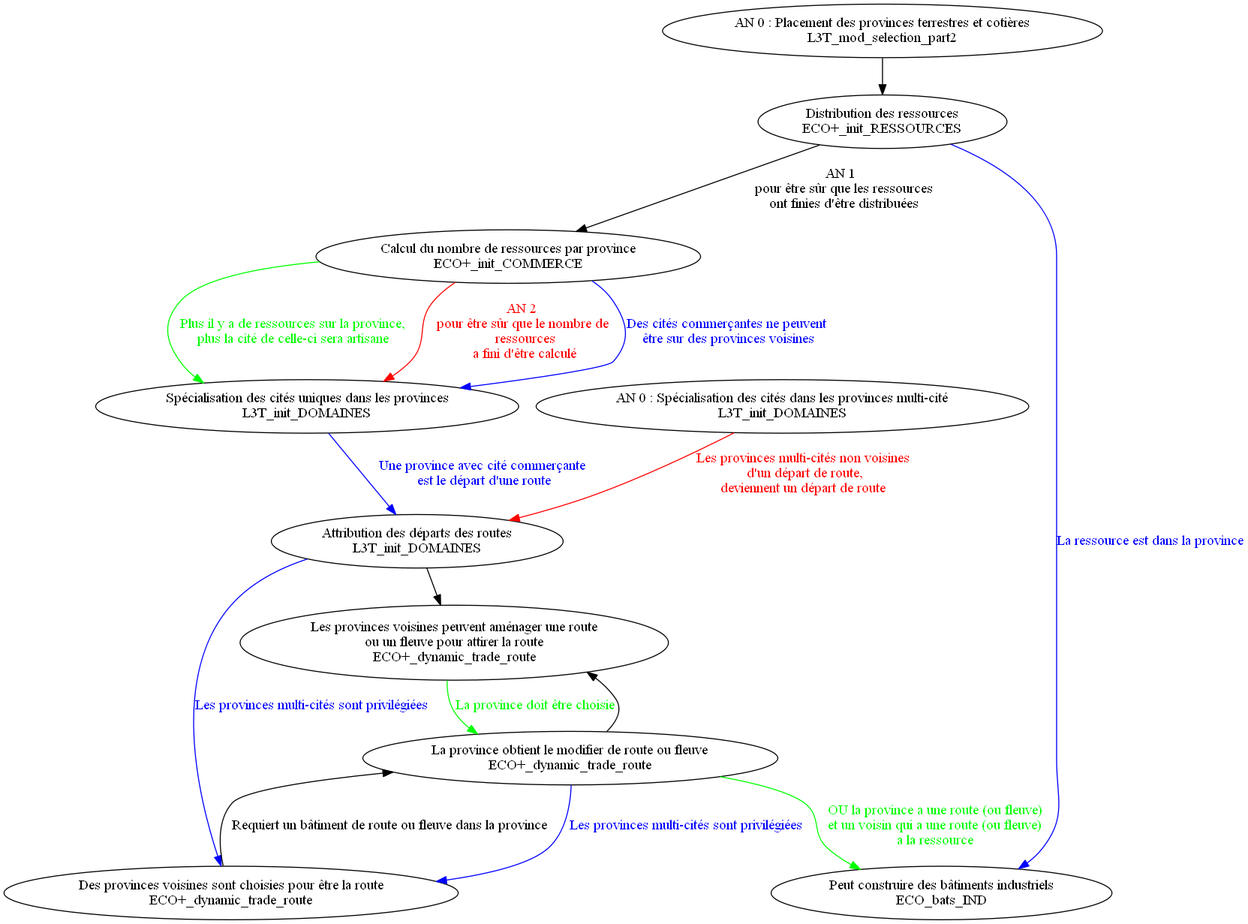
Earlier version of the Graphviz export ECO.png (ArkoG/L3T). Its source is kept beside it as ECO.gv.
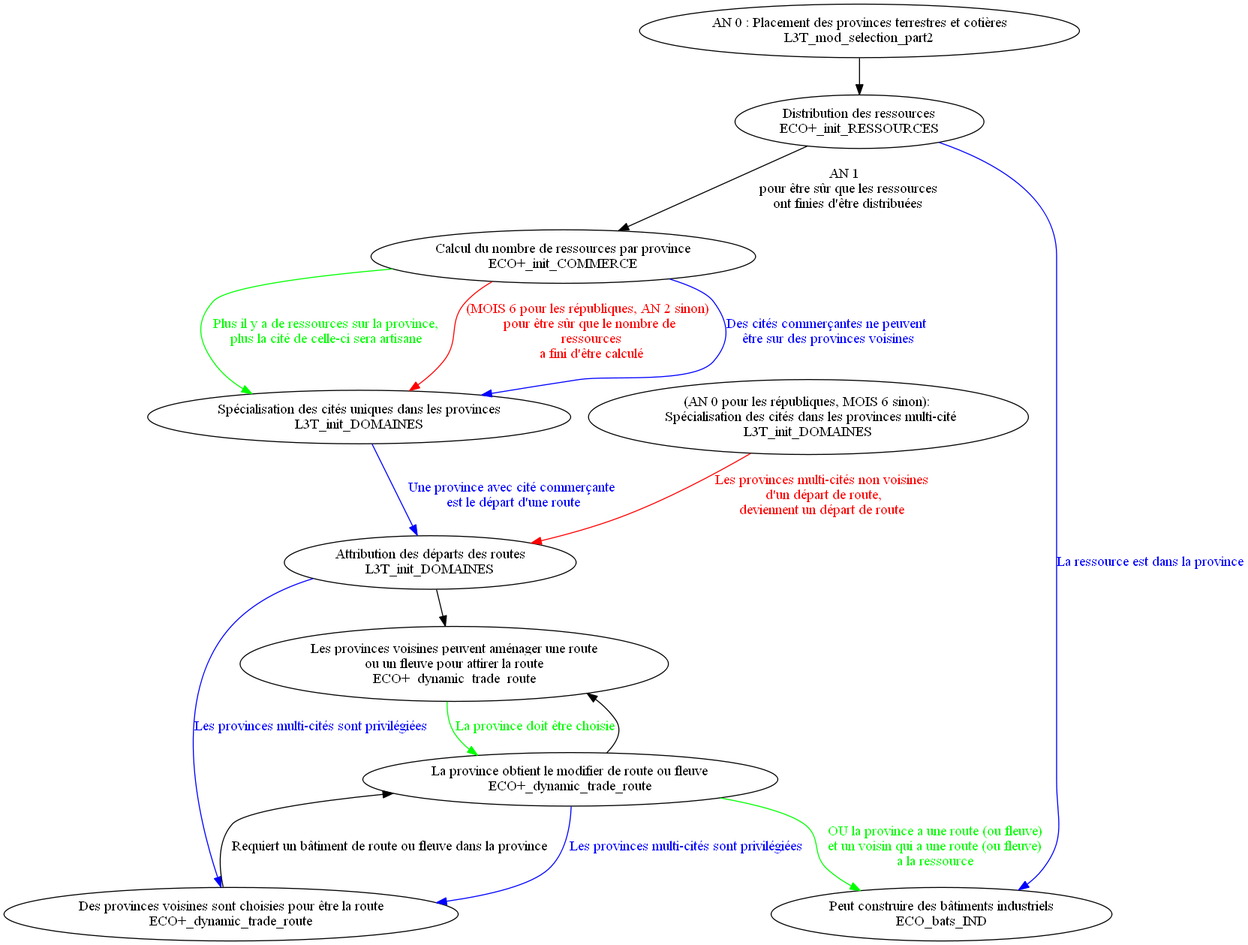
After the change.

Commit message:
Prioritise les républiques marchandes

Diff of the diagram source:
```diff
@@ -2,7 +2,7 @@
 	node [shape=ellipse];
 		{node [label="AN 0 : Placement des provinces terrestres et cotières\nL3T_mod_selection_part2"] n0;};
 		{node [label="Distribution des ressources\nECO+_init_RESSOURCES"] n1;};
-		{node [label="AN 0 : Spécialisation des cités dans les provinces multi-cité\nL3T_init_DOMAINES"] n2;};
+		{node [label="(AN 0 pour les républiques, MOIS 6 sinon): \n Spécialisation des cités dans les provinces multi-cité\nL3T_init_DOMAINES"] n2;};
 		{node [label="Calcul du nombre de ressources par province\nECO+_init_COMMERCE"] n3;};
 		{node [label="Spécialisation des cités uniques dans les provinces\nL3T_init_DOMAINES"] n4;};
 		{node [label="Attribution des départs des routes\nL3T_init_DOMAINES"] n5;};
@@ -13,7 +13,7 @@
 
 	n0 -> n1
 	n1 -> n3  [label="AN 1 \n pour être sûr que les ressources\n ont finies d'être distribuées"]
-	n3 -> n4  [label="AN 2 \n pour être sûr que le nombre de \n ressources\n a fini d'être calculé",len=1.00, fontcolor=red, color=red]
+	n3 -> n4  [label="(MOIS 6 pour les républiques, AN 2 sinon) \n pour être sûr que le nombre de \n ressources\n a fini d'être calculé",len=1.00, fontcolor=red, color=red]
 	n3 -> n4  [label="Des cités commerçantes ne peuvent\n être sur des provinces voisines",len=1.00, fontcolor=blue, color=blue]
 	n3 -> n4  [label="Plus il y a de ressources sur la province,\nplus la cité de celle-ci sera artisane",len=1.00, fontcolor=green, color=green]
 	n2 -> n5 [label="Les provinces multi-cités non voisines\n d'un départ de route,\ndeviennent un départ de route",len=1.00, fontcolor=red, color=red]
```
